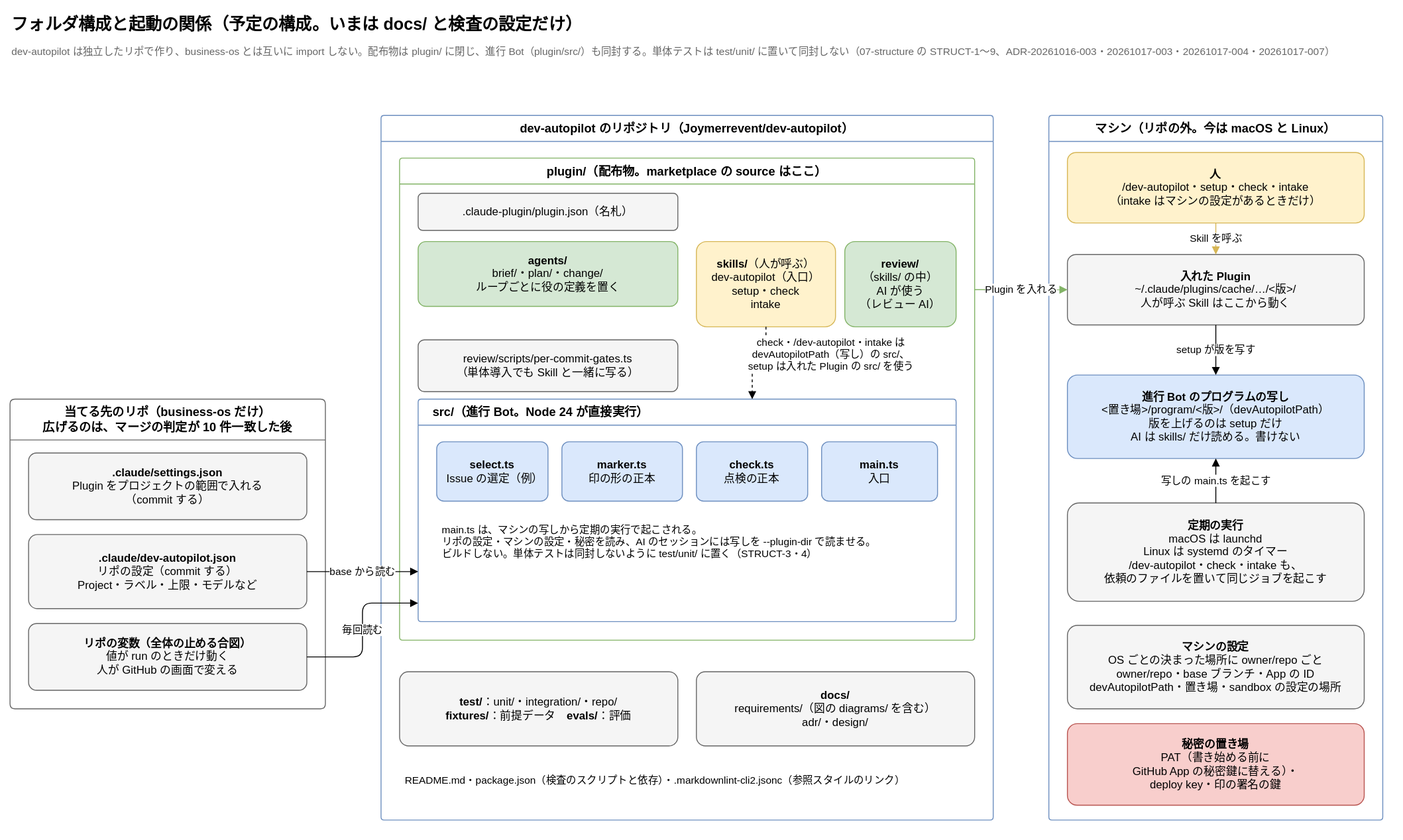
Above: docs/requirements/diagrams/structure.drawio.svg in Joymerrevent/dev-autopilot (draw.io), before the change. Source tidied: cells renumbered, new cells last; positions are measured from the earlier drawing's top-left corner, leaving out a move shared by most shapes.
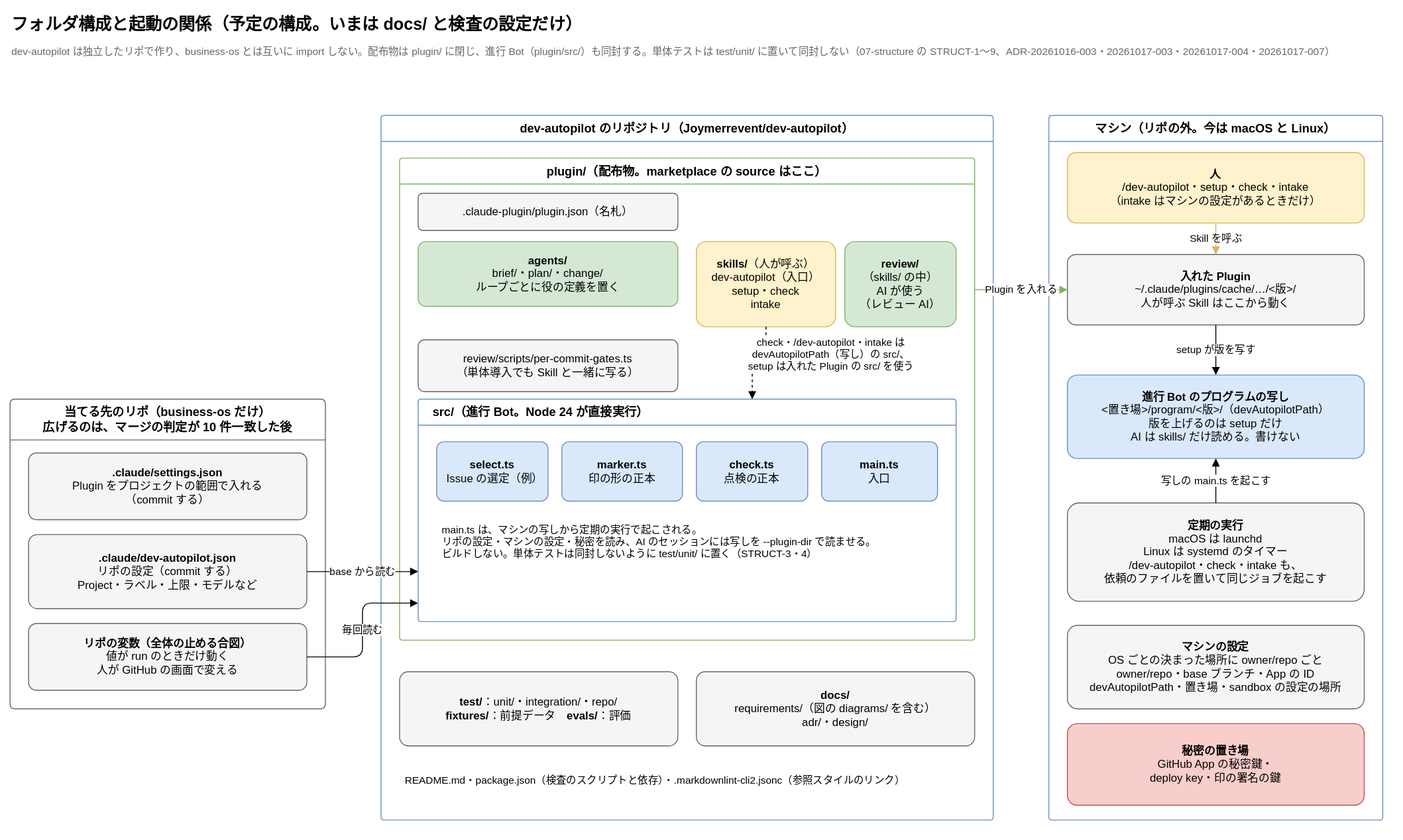
The same diagram one commit later.

Commit message:
docs: 要件の図 3 枚から PAT を外し、秘密の置き場を GitHub App の秘密鍵にする

isolation-and-keys・overview・structure の秘密の置き場と、API へ渡すトークンの文から
PAT を外す（ADR-20261030-002）。

Claude-Session: https://claude.ai/code/session_01LvmXQKtqBk1ABFg8BQJo1c

What changed in the source:
```diff
@@ -86,7 +86,7 @@
     <mxCell id="29" value="&lt;b&gt;マシンの設定&lt;/b&gt;&lt;br&gt;OS ごとの決まった場所に owner/repo ごと&lt;br&gt;owner/repo・base ブランチ・App の ID&lt;br&gt;devAutopilotPath・置き場・sandbox の設定の場所" style="rounded=1;whiteSpace=wrap;html=1;fontSize=12;arcSize=12;fillColor=#f5f5f5;strokeColor=#666666;spacing=12;" parent="24" vertex="1">
       <mxGeometry x="20" y="550" width="320" height="90" as="geometry" />
     </mxCell>
-    <mxCell id="30" value="&lt;b&gt;秘密の置き場&lt;/b&gt;&lt;br&gt;PAT（書き始める前に&lt;br&gt;GitHub App の秘密鍵に替える）・&lt;br&gt;deploy key・印の署名の鍵" style="rounded=1;whiteSpace=wrap;html=1;fontSize=12;arcSize=12;fillColor=#f8cecc;strokeColor=#b85450;spacing=12;" parent="24" vertex="1">
+    <mxCell id="30" value="&lt;b&gt;秘密の置き場&lt;/b&gt;&lt;br&gt;GitHub App の秘密鍵・&lt;br&gt;deploy key・印の署名の鍵" style="rounded=1;whiteSpace=wrap;html=1;fontSize=12;arcSize=12;fillColor=#f8cecc;strokeColor=#b85450;spacing=12;" parent="24" vertex="1">
       <mxGeometry x="20" y="656" width="320" height="88" as="geometry" />
     </mxCell>
     <mxCell id="31" value="Plugin を入れる" style="edgeStyle=orthogonalEdgeStyle;rounded=1;html=1;endArrow=block;endFill=1;fontSize=11;labelBackgroundColor=#ffffff;strokeColor=#82b366;exitX=1;exitY=0.273;exitDx=0;exitDy=0;entryX=0;entryY=0.5;entryDx=0;entryDy=0;" parent="1" edge="1" source="9" target="26">
```
